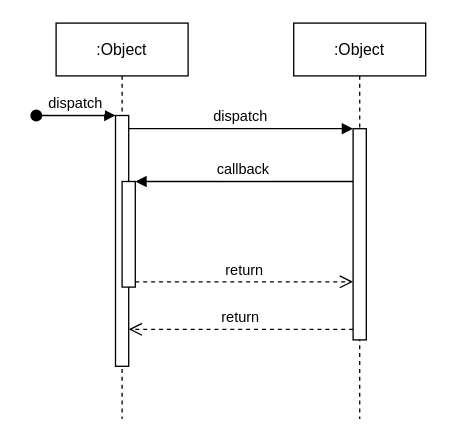
Maissacrement/secret-manager keeps this draw.io diagram as diagrams/sequential.drawio. Above is the earlier version. Source tidied: cells renumbered, new cells numbered last; positions are measured from the earlier drawing's top-left corner, leaving out a move shared by most shapes. Both pictures are drawn from the tidied source at 132%, with x=0, y=0 at pixel (36, 22).
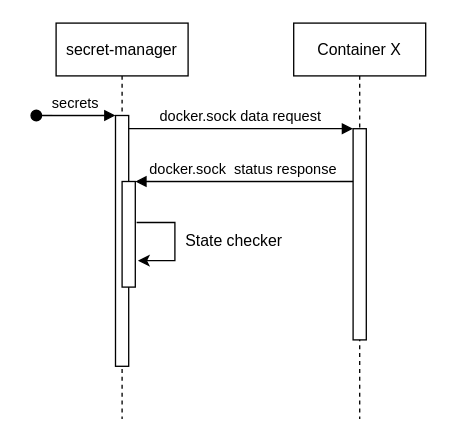
Above is the later version.

Diff of the diagram source:
```diff
@@
 <mxGraphModel>
   <root>
     <mxCell id="0" />
     <mxCell id="1" parent="0" />
-    <mxCell id="2" value=":Object" style="shape=umlLifeline;perimeter=lifelinePerimeter;rounded=0;shadow=0;strokeWidth=1;" parent="1" vertex="1">
+    <mxCell id="2" value="secret-manager" style="shape=umlLifeline;perimeter=lifelinePerimeter;rounded=0;shadow=0;strokeWidth=1;" parent="1" vertex="1">
       <mxGeometry x="15" width="100" height="300" as="geometry" />
     </mxCell>
     <mxCell id="3" style="points=[];perimeter=orthogonalPerimeter;rounded=0;shadow=0;strokeWidth=1;" parent="2" vertex="1">
       <mxGeometry x="45" y="70" width="10" height="190" as="geometry" />
     </mxCell>
-    <mxCell id="4" value="dispatch" style="verticalAlign=bottom;startArrow=oval;endArrow=block;startSize=8;shadow=0;strokeWidth=1;" parent="2" edge="1" target="3">
+    <mxCell id="4" value="secrets" style="verticalAlign=bottom;startArrow=oval;endArrow=block;startSize=8;shadow=0;strokeWidth=1;" parent="2" edge="1" target="3">
       <mxGeometry relative="1" as="geometry">
         <mxPoint x="-15" y="70" as="sourcePoint" />
       </mxGeometry>
     </mxCell>
     <mxCell id="5" style="points=[];perimeter=orthogonalPerimeter;rounded=0;shadow=0;strokeWidth=1;" parent="2" vertex="1">
       <mxGeometry x="50" y="120" width="10" height="80" as="geometry" />
     </mxCell>
+    <mxCell id="12" style="endArrow=classic;html=1;rounded=0;exitX=1.1;exitY=0.388;exitDx=0;exitDy=0;exitPerimeter=0;entryX=1.2;entryY=0.75;entryDx=0;entryDy=0;entryPerimeter=0;" parent="2" edge="1" source="5" target="5">
+      <mxGeometry relative="1" as="geometry">
+        <Array as="points">
+          <mxPoint x="90" y="151" />
+          <mxPoint x="90" y="180" />
+        </Array>
+      </mxGeometry>
+    </mxCell>
-    <mxCell id="6" value=":Object" style="shape=umlLifeline;perimeter=lifelinePerimeter;rounded=0;shadow=0;strokeWidth=1;" parent="1" vertex="1">
+    <mxCell id="6" value="Container X" style="shape=umlLifeline;perimeter=lifelinePerimeter;rounded=0;shadow=0;strokeWidth=1;" parent="1" vertex="1">
       <mxGeometry x="195" width="100" height="300" as="geometry" />
     </mxCell>
     <mxCell id="7" style="points=[];perimeter=orthogonalPerimeter;rounded=0;shadow=0;strokeWidth=1;" parent="6" vertex="1">
       <mxGeometry x="45" y="80" width="10" height="160" as="geometry" />
     </mxCell>
-    <mxCell id="8" value="return" style="verticalAlign=bottom;endArrow=open;dashed=1;endSize=8;exitX=0;exitY=0.95;shadow=0;strokeWidth=1;" parent="1" edge="1" source="7" target="3">
-      <mxGeometry relative="1" as="geometry" />
-    </mxCell>
-    <mxCell id="9" value="dispatch" style="verticalAlign=bottom;endArrow=block;entryX=0;entryY=0;shadow=0;strokeWidth=1;" parent="1" edge="1" source="3" target="7">
+    <mxCell id="9" value="docker.sock data request" style="verticalAlign=bottom;endArrow=block;entryX=0;entryY=0;shadow=0;strokeWidth=1;" parent="1" edge="1" source="3" target="7">
       <mxGeometry relative="1" as="geometry" />
     </mxCell>
-    <mxCell id="10" value="callback" style="verticalAlign=bottom;endArrow=block;entryX=1;entryY=0;shadow=0;strokeWidth=1;" parent="1" edge="1" source="7" target="5">
+    <mxCell id="10" value="docker.sock  status response" style="verticalAlign=bottom;endArrow=block;entryX=1;entryY=0;shadow=0;strokeWidth=1;" parent="1" edge="1" source="7" target="5">
       <mxGeometry relative="1" as="geometry" />
     </mxCell>
-    <mxCell id="11" value="return" style="verticalAlign=bottom;endArrow=open;dashed=1;endSize=8;exitX=1;exitY=0.95;shadow=0;strokeWidth=1;" parent="1" edge="1" source="5" target="7">
-      <mxGeometry relative="1" as="geometry" />
-    </mxCell>
+    <mxCell id="13" value="State checker" style="text;html=1;strokeColor=none;fillColor=none;align=center;verticalAlign=middle;whiteSpace=wrap;rounded=0;" parent="1" vertex="1">
+      <mxGeometry x="105" y="150" width="90" height="30" as="geometry" />
+    </mxCell>
   </root>
 </mxGraphModel>
```
